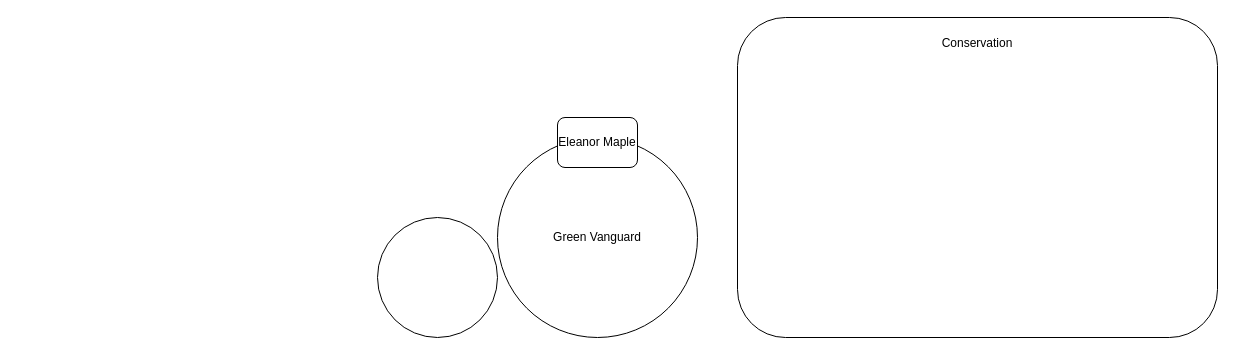
Above: Lunaura/Parties diagram.drawio in jamlamtheblue/DES-Pol (draw.io), before the change. Source tidied: cells renumbered, new cells numbered last; positions are measured from the earlier drawing's top-left corner, leaving out a move shared by most shapes. Both pictures are drawn from the tidied source at 100%, with x=0, y=0 at pixel (377, 17).
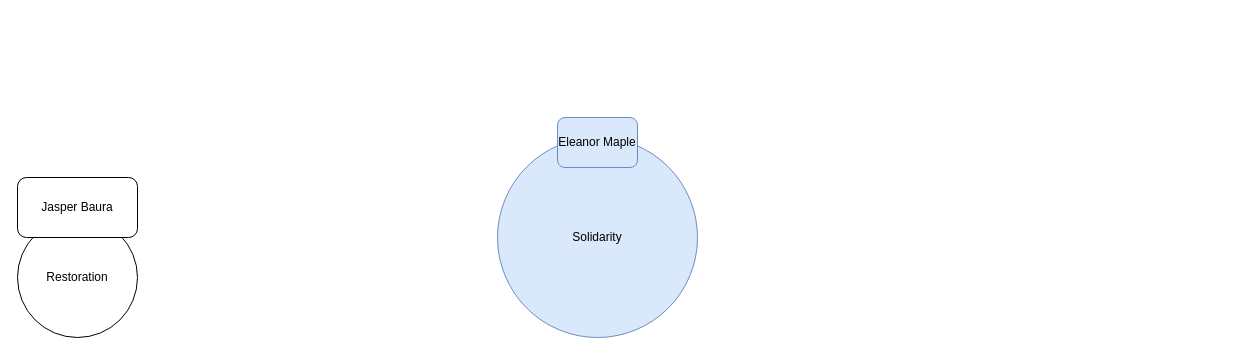
The same page after the edit.

The edit, as a diff of the source:
```diff
@@
 <mxGraphModel>
   <root>
     <mxCell id="0" />
     <mxCell id="1" parent="0" />
+    <mxCell id="5" value="Restoration" style="ellipse;whiteSpace=wrap;html=1;" parent="1" vertex="1">
+      <mxGeometry x="-360" y="200" width="120" height="120" as="geometry" />
+    </mxCell>
-    <mxCell id="2" value="Green Vanguard" style="ellipse;whiteSpace=wrap;html=1;" parent="1" vertex="1">
+    <mxCell id="2" value="Solidarity" style="ellipse;whiteSpace=wrap;html=1;fillColor=#dae8fc;strokeColor=#6c8ebf;" parent="1" vertex="1">
       <mxGeometry x="120" y="120" width="200" height="200" as="geometry" />
     </mxCell>
-    <mxCell id="3" value="&lt;p style=&quot;line-height: 120%;&quot;&gt;Conservation&lt;/p&gt;" style="rounded=1;whiteSpace=wrap;html=1;verticalAlign=top;" parent="1" vertex="1">
-      <mxGeometry x="360" width="480" height="320" as="geometry" />
-    </mxCell>
-    <mxCell id="4" value="Eleanor Maple" style="rounded=1;whiteSpace=wrap;html=1;" parent="1" vertex="1">
+    <mxCell id="4" value="Eleanor Maple" style="rounded=1;whiteSpace=wrap;html=1;fillColor=#dae8fc;strokeColor=#6c8ebf;" parent="1" vertex="1">
       <mxGeometry x="180" y="100" width="80" height="50" as="geometry" />
     </mxCell>
-    <mxCell id="5" style="ellipse;whiteSpace=wrap;html=1;" parent="1" vertex="1">
-      <mxGeometry y="200" width="120" height="120" as="geometry" />
-    </mxCell>
+    <mxCell id="6" value="Jasper Baura" style="rounded=1;whiteSpace=wrap;html=1;" parent="1" vertex="1">
+      <mxGeometry x="-360" y="160" width="120" height="60" as="geometry" />
+    </mxCell>
   </root>
 </mxGraphModel>
```
